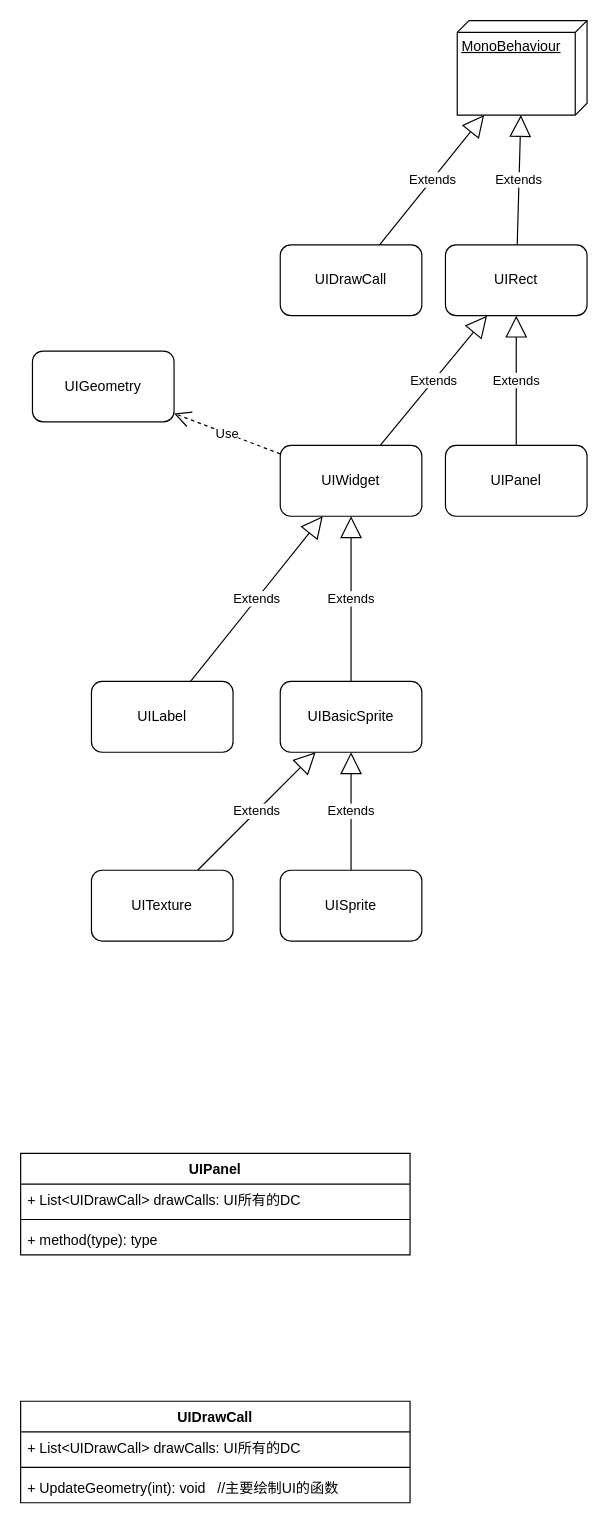
Above: NGUI.drawio in gatzai/DrawioStorage (draw.io), before the change. Source tidied: cells renumbered, new cells numbered last; positions are measured from the earlier drawing's top-left corner, leaving out a move shared by most shapes. Both pictures are drawn from the tidied source at 118%, with x=0, y=0 at pixel (20, 20).
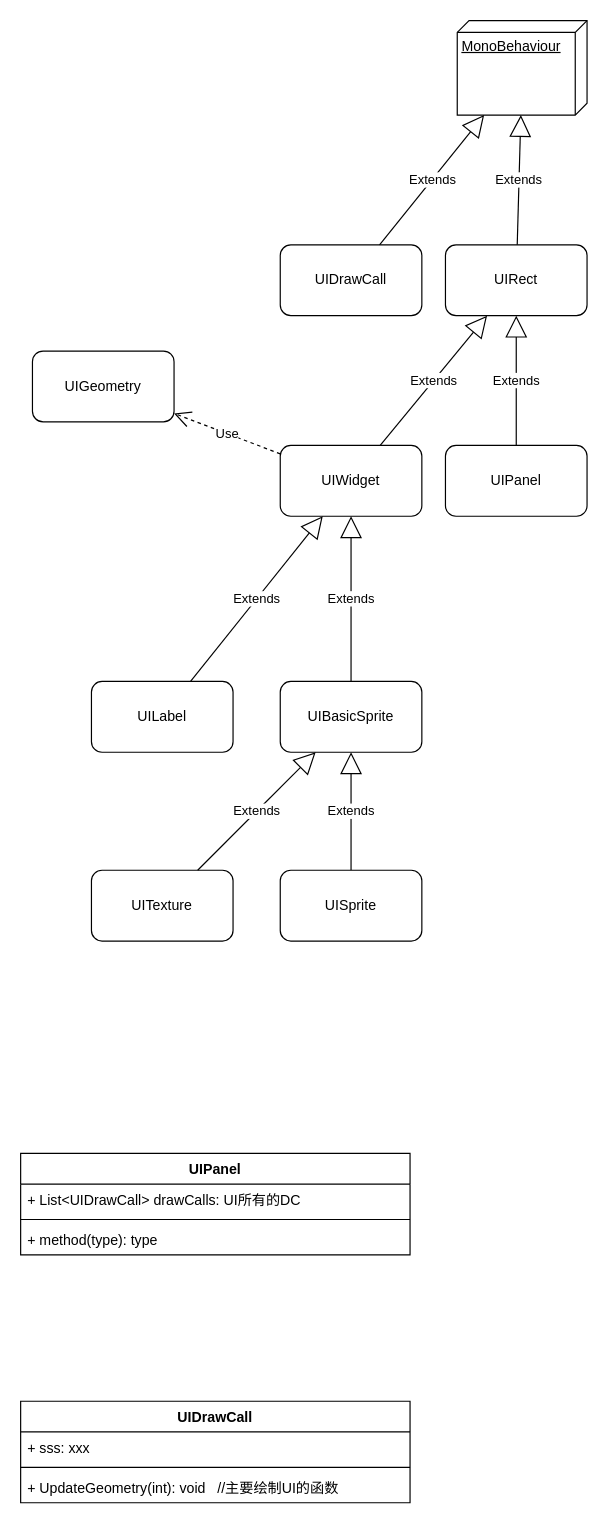
After the change.

The change refers to these unchanged cells:
```xml
<mxCell id="25" value="UIDrawCall" style="swimlane;fontStyle=1;align=center;verticalAlign=top;horizontal=1;startSize=26;" parent="1" vertex="1">
  <mxGeometry y="1170" width="330" height="86" as="geometry" />
</mxCell>
```

What changed in the source:
```diff
@@
-    <mxCell id="26" value="+ List&lt;UIDrawCall&gt; drawCalls: UI所有的DC" style="text;strokeColor=none;fillColor=none;align=left;verticalAlign=top;spacingLeft=4;spacingRight=4;overflow=hidden;" parent="25" vertex="1">
+    <mxCell id="26" value="+ sss: xxx" style="text;strokeColor=none;fillColor=none;align=left;verticalAlign=top;spacingLeft=4;spacingRight=4;overflow=hidden;" parent="25" vertex="1">
       <mxGeometry y="26" width="330" height="26" as="geometry" />
     </mxCell>
```
